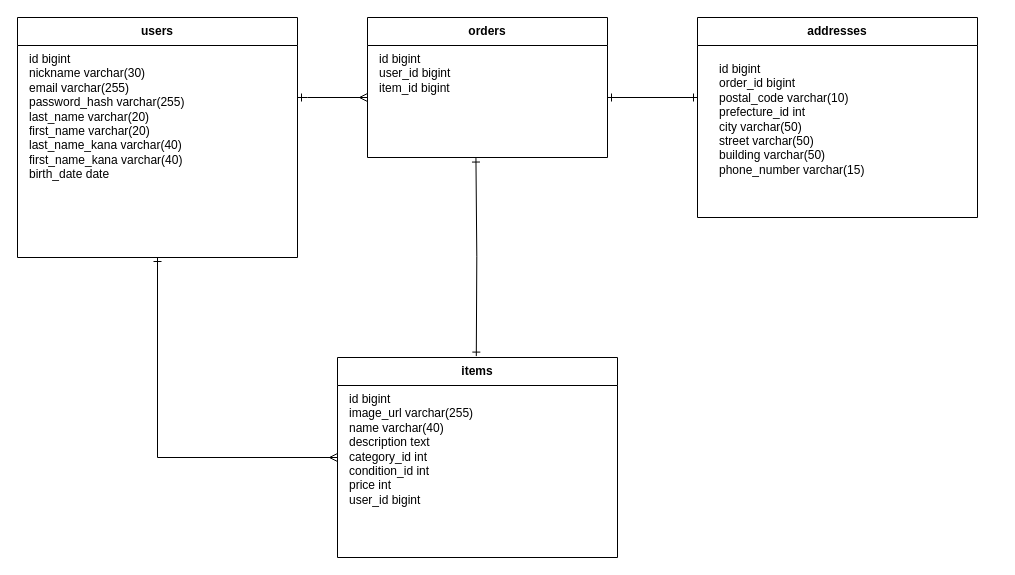
tensyokuneko/furima-42326 keeps this draw.io diagram as app/er.dio. Above is the earlier version. Source tidied: cells renumbered, new cells numbered last; positions are measured from the earlier drawing's top-left corner, leaving out a move shared by most shapes. Both pictures are drawn from the tidied source at 100%, with x=0, y=0 at pixel (17, 17).
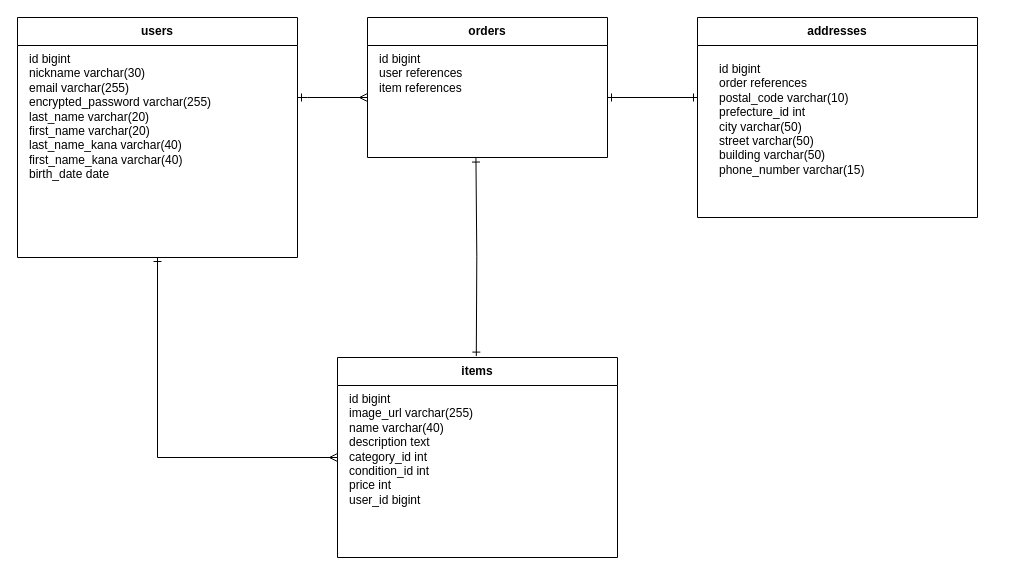
Above is the later version.

Change to the diagram source:
```diff
@@
 <mxGraphModel>
   <root>
     <mxCell id="0" />
     <mxCell id="1" parent="0" />
     <mxCell id="2" value="users" style="shape=swimlane;horizontal=1;rounded=0;whiteSpace=wrap;fillColor=none;strokeColor=#000000;startSize=28;fontStyle=1;" parent="1" vertex="1">
       <mxGeometry width="280" height="240" as="geometry" />
     </mxCell>
-    <mxCell id="3" value="id bigint&#10;nickname varchar(30)&#10;email varchar(255)&#10;password_hash varchar(255)&#10;last_name varchar(20)&#10;first_name varchar(20)&#10;last_name_kana varchar(40)&#10;first_name_kana varchar(40)&#10;birth_date date" style="whiteSpace=wrap;align=left;verticalAlign=top;fillColor=none;strokeColor=none;" parent="2" vertex="1">
+    <mxCell id="3" value="id bigint&#10;nickname varchar(30)&#10;email varchar(255)&#10;encrypted_password varchar(255)&#10;last_name varchar(20)&#10;first_name varchar(20)&#10;last_name_kana varchar(40)&#10;first_name_kana varchar(40)&#10;birth_date date&#10;" style="whiteSpace=wrap;align=left;verticalAlign=top;fillColor=none;strokeColor=none;" parent="2" vertex="1">
       <mxGeometry x="10" y="28" width="280" height="212" as="geometry" />
     </mxCell>
     <mxCell id="4" value="items" style="shape=swimlane;horizontal=1;rounded=0;whiteSpace=wrap;fillColor=none;strokeColor=#000000;startSize=28;fontStyle=1;portConstraint=eastwest;" parent="1" vertex="1">
       <mxGeometry x="320" y="340" width="280" height="200" as="geometry" />
     </mxCell>
     <mxCell id="5" value="id bigint&#10;image_url varchar(255)&#10;name varchar(40)&#10;description text&#10;category_id int&#10;condition_id int&#10;price int&#10;user_id bigint" style="whiteSpace=wrap;align=left;verticalAlign=top;fillColor=none;strokeColor=none;" parent="4" vertex="1">
       <mxGeometry x="10" y="28" width="280" height="172" as="geometry" />
     </mxCell>
     <mxCell id="6" value="orders" style="shape=swimlane;horizontal=1;rounded=0;whiteSpace=wrap;fillColor=none;strokeColor=#000000;startSize=28;fontStyle=1;" parent="1" vertex="1">
       <mxGeometry x="350" width="240" height="140" as="geometry" />
     </mxCell>
-    <mxCell id="7" value="id bigint&#10;user_id bigint&#10;item_id bigint" style="whiteSpace=wrap;align=left;verticalAlign=top;fillColor=none;strokeColor=none;" parent="6" vertex="1">
+    <mxCell id="7" value="id bigint&#10;user references&#10;item references&#10;" style="whiteSpace=wrap;align=left;verticalAlign=top;fillColor=none;strokeColor=none;" parent="6" vertex="1">
       <mxGeometry x="10" y="28" width="230" height="112" as="geometry" />
     </mxCell>
     <mxCell id="8" value="addresses" style="shape=swimlane;horizontal=1;rounded=0;whiteSpace=wrap;fillColor=none;strokeColor=#000000;startSize=28;fontStyle=1;" parent="1" vertex="1">
       <mxGeometry x="680" width="280" height="200" as="geometry" />
     </mxCell>
-    <mxCell id="9" value="id bigint&#10;order_id bigint&#10;postal_code varchar(10)&#10;prefecture_id int&#10;city varchar(50)&#10;street varchar(50)&#10;building varchar(50)&#10;phone_number varchar(15)" style="whiteSpace=wrap;align=left;verticalAlign=top;fillColor=none;strokeColor=none;" parent="8" vertex="1">
+    <mxCell id="9" value="id bigint&#10;order references&#10;postal_code varchar(10)&#10;prefecture_id int&#10;city varchar(50)&#10;street varchar(50)&#10;building varchar(50)&#10;phone_number varchar(15)" style="whiteSpace=wrap;align=left;verticalAlign=top;fillColor=none;strokeColor=none;" parent="8" vertex="1">
       <mxGeometry x="20" y="38" width="280" height="172" as="geometry" />
     </mxCell>
     <mxCell id="10" style="edgeStyle=orthogonalEdgeStyle;rounded=0;strokeColor=#000000;html=1;startArrow=ERone;startFill=1;endArrow=ERmany;endFill=1;" parent="1" edge="1" target="4">
       <mxGeometry relative="1" as="geometry">
         <mxPoint x="140" y="240" as="sourcePoint" />
         <Array as="points">
           <mxPoint x="140" y="240" />
           <mxPoint x="140" y="440" />
         </Array>
       </mxGeometry>
     </mxCell>
     <mxCell id="11" style="edgeStyle=orthogonalEdgeStyle;rounded=0;strokeColor=#000000;html=1;startArrow=ERone;startFill=1;endArrow=ERmany;endFill=1;" parent="1" edge="1">
       <mxGeometry relative="1" as="geometry">
         <mxPoint x="280" y="80" as="sourcePoint" />
         <mxPoint x="350" y="80" as="targetPoint" />
         <Array as="points">
           <mxPoint x="290" y="80" />
         </Array>
       </mxGeometry>
     </mxCell>
     <mxCell id="12" style="edgeStyle=orthogonalEdgeStyle;rounded=0;strokeColor=#000000;html=1;startArrow=ERone;startFill=1;endArrow=ERone;endFill=1;entryX=0.428;entryY=1.005;entryDx=0;entryDy=0;exitX=0.428;exitY=-0.007;exitDx=0;exitDy=0;exitPerimeter=0;entryPerimeter=0;" parent="1" edge="1" target="7">
       <mxGeometry relative="1" as="geometry">
         <mxPoint x="458.8" y="338.6" as="sourcePoint" />
       </mxGeometry>
     </mxCell>
     <mxCell id="13" style="rounded=0;strokeColor=#000000;html=1;startArrow=ERone;startFill=1;endArrow=ERone;endFill=1;" parent="1" edge="1">
       <mxGeometry relative="1" as="geometry">
         <mxPoint x="590" y="80" as="sourcePoint" />
         <mxPoint x="680" y="80" as="targetPoint" />
       </mxGeometry>
     </mxCell>
   </root>
 </mxGraphModel>
```
